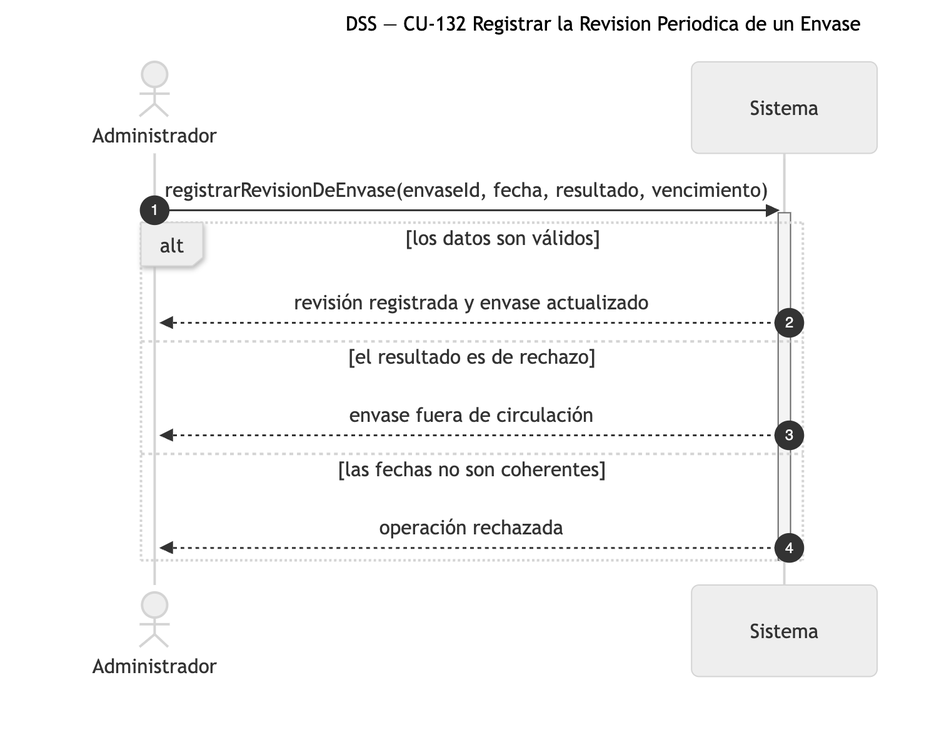
The Mermaid diagram diagramas/png/DSS_CU-132_Registrar-la-Revision-Periodica-de-un-Envase.png in Nahuelito-Dev/splg-docs, before a commit. Its source is kept beside it as diagramas/DSS_CU-132_Registrar-la-Revision-Periodica-de-un-Envase.mmd. The source it was exported from:
```mermaid
sequenceDiagram
    title DSS — CU-132 Registrar la Revision Periodica de un Envase
    autonumber
    actor ADM as Administrador
    participant SIS as Sistema

    ADM->>SIS: registrarRevisionDeEnvase(envaseId, fecha, resultado, vencimiento)
    activate SIS
    alt los datos son válidos
        SIS-->>ADM: revisión registrada y envase actualizado
    else el resultado es de rechazo
        SIS-->>ADM: envase fuera de circulación
    else las fechas no son coherentes
        SIS-->>ADM: operación rechazada
    end
    deactivate SIS
```
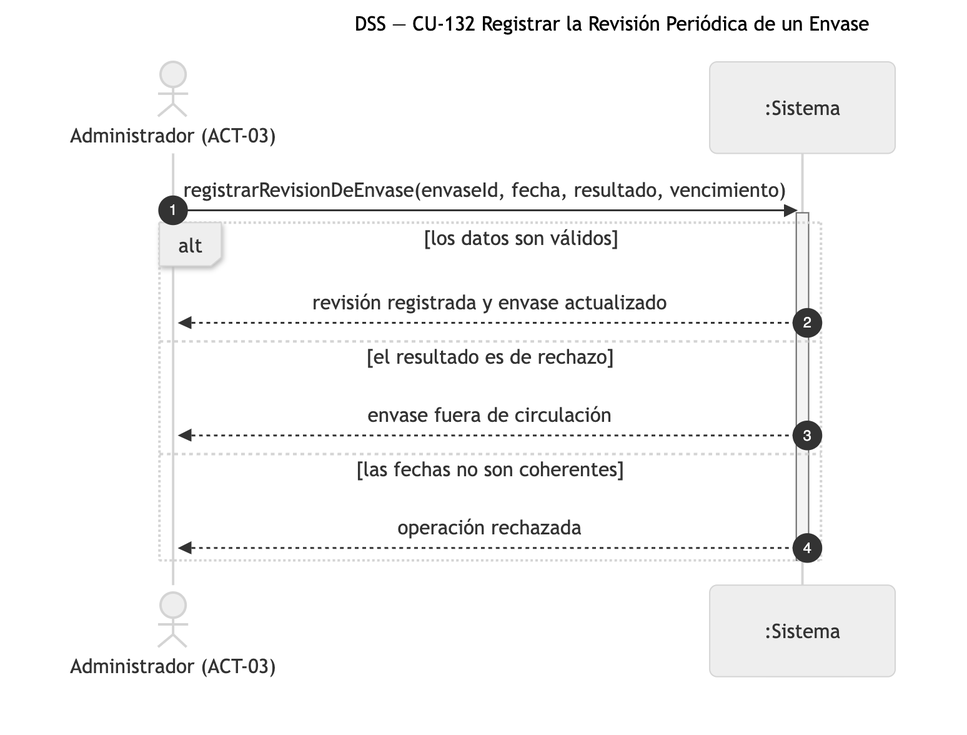
Later version of the same file.

The edit, as a diff of the source:
```diff
@@ -1,8 +1,8 @@
 sequenceDiagram
-    title DSS — CU-132 Registrar la Revision Periodica de un Envase
+    title DSS — CU-132 Registrar la Revisión Periódica de un Envase
     autonumber
-    actor ADM as Administrador
-    participant SIS as Sistema
+    actor ADM as Administrador (ACT-03)
+    participant SIS as :Sistema
 
     ADM->>SIS: registrarRevisionDeEnvase(envaseId, fecha, resultado, vencimiento)
     activate SIS
```
